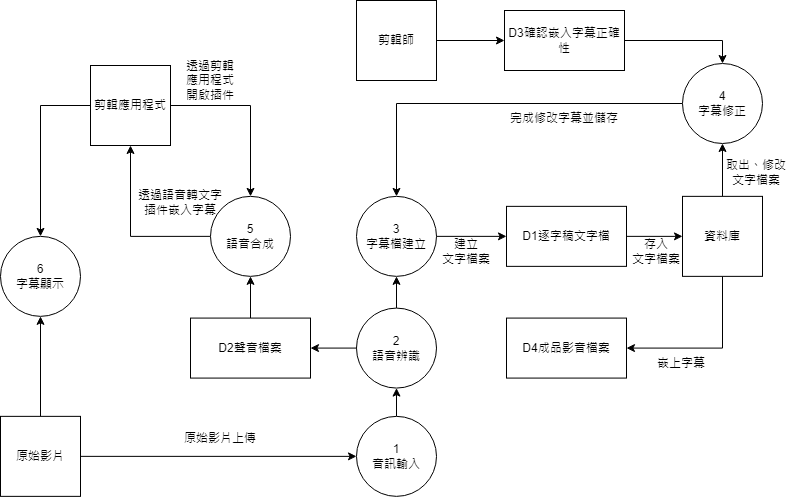
C110118150/No.11 keeps this draw.io diagram as 圖0.png. Above is the earlier version. Source tidied: cells renumbered, new cells last; positions are measured from the earlier drawing's top-left corner, leaving out a move shared by most shapes.
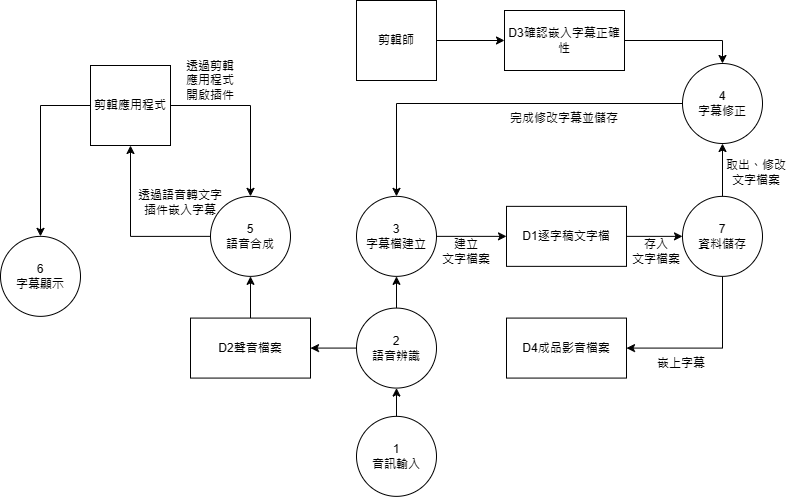
Above is the later version.

Diff of the diagram source:
```diff
@@ -20,24 +20,6 @@
     <mxCell id="7" value="剪輯應用程式" style="whiteSpace=wrap;html=1;" parent="1" vertex="1">
       <mxGeometry x="90" y="65" width="80" height="80" as="geometry" />
     </mxCell>
-    <mxCell id="8" style="edgeStyle=orthogonalEdgeStyle;rounded=0;jettySize=auto;html=1;exitX=0.5;exitY=0;exitDx=0;exitDy=0;entryX=0.5;entryY=1;entryDx=0;entryDy=0;" parent="1" edge="1" source="10" target="27">
-      <mxGeometry relative="1" as="geometry" />
-    </mxCell>
-    <mxCell id="9" style="edgeStyle=orthogonalEdgeStyle;rounded=0;jettySize=auto;html=1;exitX=1;exitY=0.5;exitDx=0;exitDy=0;entryX=0;entryY=0.5;entryDx=0;entryDy=0;" parent="1" edge="1" source="10" target="21">
-      <mxGeometry relative="1" as="geometry" />
-    </mxCell>
-    <mxCell id="10" value="原始影片" style="whiteSpace=wrap;html=1;" parent="1" vertex="1">
-      <mxGeometry y="415.9" width="80" height="80" as="geometry" />
-    </mxCell>
-    <mxCell id="11" style="edgeStyle=orthogonalEdgeStyle;rounded=0;jettySize=auto;html=1;exitX=0.5;exitY=0;exitDx=0;exitDy=0;entryX=0.5;entryY=1;entryDx=0;entryDy=0;" parent="1" edge="1" source="13" target="31">
-      <mxGeometry relative="1" as="geometry" />
-    </mxCell>
-    <mxCell id="12" style="edgeStyle=orthogonalEdgeStyle;rounded=0;jettySize=auto;html=1;exitX=0.5;exitY=1;exitDx=0;exitDy=0;entryX=1;entryY=0.5;entryDx=0;entryDy=0;" parent="1" edge="1" source="13" target="33">
-      <mxGeometry relative="1" as="geometry" />
-    </mxCell>
-    <mxCell id="13" value="資料庫" style="whiteSpace=wrap;html=1;" parent="1" vertex="1">
-      <mxGeometry x="682" y="195.9" width="80" height="80" as="geometry" />
-    </mxCell>
     <mxCell id="14" value="嵌上字幕" style="text;html=1;strokeColor=none;fillColor=none;align=center;verticalAlign=middle;whiteSpace=wrap;rounded=0;" parent="1" vertex="1">
       <mxGeometry x="646" y="347.6" width="70" height="30" as="geometry" />
     </mxCell>
@@ -71,9 +53,6 @@
     <mxCell id="24" value="2&lt;br&gt;語音辨識" style="ellipse;whiteSpace=wrap;html=1;" parent="1" vertex="1">
       <mxGeometry x="356" y="307.6" width="80" height="80" as="geometry" />
     </mxCell>
-    <mxCell id="25" style="edgeStyle=orthogonalEdgeStyle;rounded=0;jettySize=auto;html=1;exitX=1;exitY=0.5;exitDx=0;exitDy=0;entryX=0;entryY=0.5;entryDx=0;entryDy=0;" parent="1" edge="1" source="35" target="13">
-      <mxGeometry relative="1" as="geometry" />
-    </mxCell>
     <mxCell id="26" value="3&lt;br&gt;字幕檔建立" style="ellipse;whiteSpace=wrap;html=1;" parent="1" vertex="1">
       <mxGeometry x="356" y="195.9" width="80" height="80" as="geometry" />
     </mxCell>
@@ -92,15 +71,15 @@
     <mxCell id="31" value="4&lt;br&gt;字幕修正" style="ellipse;whiteSpace=wrap;html=1;" parent="1" vertex="1">
       <mxGeometry x="682" y="63" width="80" height="80" as="geometry" />
     </mxCell>
-    <mxCell id="32" value="原始影片上傳" style="text;html=1;strokeColor=none;fillColor=none;align=center;verticalAlign=middle;whiteSpace=wrap;rounded=0;" parent="1" vertex="1">
-      <mxGeometry x="180" y="423" width="80" height="30" as="geometry" />
-    </mxCell>
     <mxCell id="33" value="D4成品影音檔案" style="rounded=0;whiteSpace=wrap;html=1;" parent="1" vertex="1">
       <mxGeometry x="506" y="317.6" width="120" height="60" as="geometry" />
     </mxCell>
     <mxCell id="34" style="edgeStyle=orthogonalEdgeStyle;rounded=0;jettySize=auto;html=1;exitX=1;exitY=0.5;exitDx=0;exitDy=0;entryX=0;entryY=0.5;entryDx=0;entryDy=0;" parent="1" edge="1" source="26" target="35">
       <mxGeometry relative="1" as="geometry" />
     </mxCell>
+    <mxCell id="40" style="edgeStyle=orthogonalEdgeStyle;rounded=0;jettySize=auto;html=1;exitX=1;exitY=0.5;exitDx=0;exitDy=0;entryX=0;entryY=0.5;entryDx=0;entryDy=0;" parent="1" edge="1" source="35" target="43">
+      <mxGeometry relative="1" as="geometry" />
+    </mxCell>
     <mxCell id="35" value="D1逐字稿文字檔" style="rounded=0;whiteSpace=wrap;html=1;" parent="1" vertex="1">
       <mxGeometry x="506" y="205.9" width="120" height="60" as="geometry" />
     </mxCell>
@@ -116,5 +95,14 @@
     <mxCell id="39" value="D3確認嵌入字幕正確性" style="rounded=0;whiteSpace=wrap;html=1;" parent="1" vertex="1">
       <mxGeometry x="504" y="10" width="120" height="60" as="geometry" />
     </mxCell>
+    <mxCell id="41" style="edgeStyle=orthogonalEdgeStyle;rounded=0;jettySize=auto;html=1;exitX=0.5;exitY=1;exitDx=0;exitDy=0;entryX=1;entryY=0.5;entryDx=0;entryDy=0;" parent="1" edge="1" source="43" target="33">
+      <mxGeometry relative="1" as="geometry" />
+    </mxCell>
+    <mxCell id="42" style="edgeStyle=orthogonalEdgeStyle;rounded=0;jettySize=auto;html=1;exitX=0.5;exitY=0;exitDx=0;exitDy=0;entryX=0.5;entryY=1;entryDx=0;entryDy=0;" parent="1" edge="1" source="43" target="31">
+      <mxGeometry relative="1" as="geometry" />
+    </mxCell>
+    <mxCell id="43" value="7&lt;br&gt;資料儲存" style="ellipse;whiteSpace=wrap;html=1;" parent="1" vertex="1">
+      <mxGeometry x="682" y="195.9" width="80" height="80" as="geometry" />
+    </mxCell>
   </root>
 </mxGraphModel>
```
